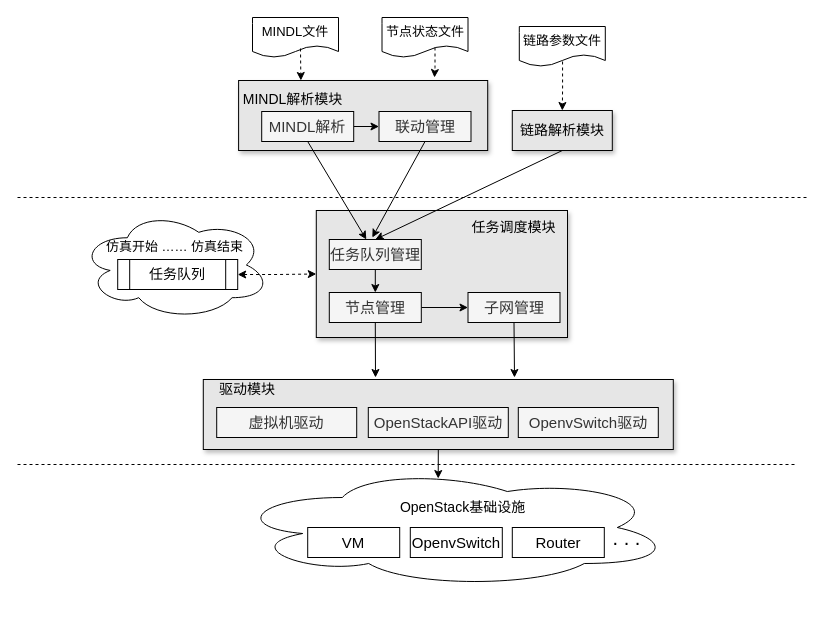
Above: page "renew2_原型系统架构" (5 of 5) of 网络仿真系统.drawio in Icarus1994/neutron_conf (draw.io), before the change. Source tidied: cells renumbered, new cells numbered last; positions are measured from the earlier drawing's top-left corner, leaving out a move shared by most shapes. Both pictures are drawn from the tidied source at 100%, with x=0, y=0 at pixel (17, 17).
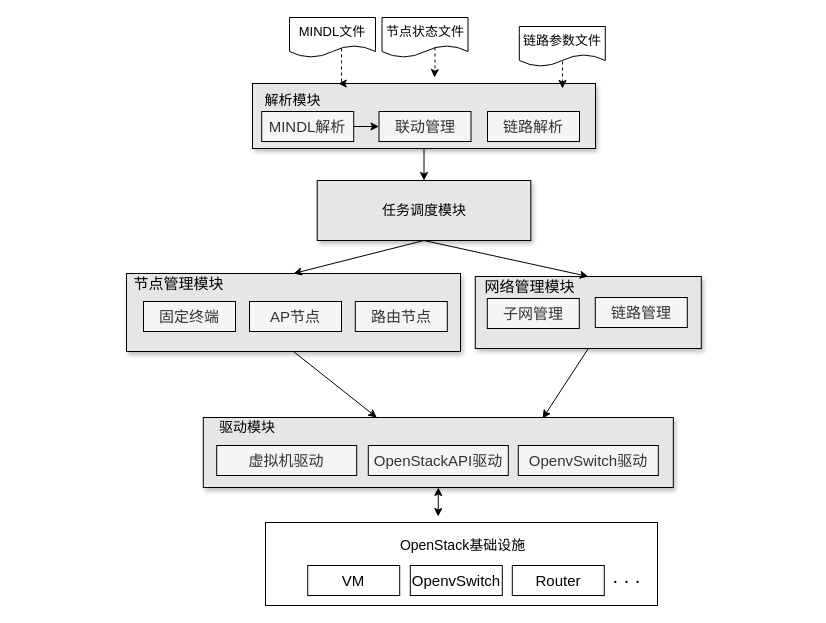
After the change.

Commit message:
Update 网络仿真系统.drawio

The change refers to these unchanged cells:
```xml
<mxCell id="4" value="链路参数文件" style="shape=document;whiteSpace=wrap;html=1;boundedLbl=1;fontSize=13;" parent="1" vertex="1">
  <mxGeometry x="501.8" y="9" width="86" height="40" as="geometry" />
</mxCell>
<mxCell id="34" value="&lt;span style=&quot;font-size: 15px&quot;&gt;MINDL解析&lt;/span&gt;" style="rounded=0;whiteSpace=wrap;html=1;fillColor=#f5f5f5;strokeColor=#000000;fontColor=#333333;" parent="1" vertex="1">
  <mxGeometry x="244.2" y="94" width="92" height="30" as="geometry" />
</mxCell>
<mxCell id="36" value="&lt;span style=&quot;font-size: 15px&quot;&gt;联动管理&lt;/span&gt;" style="rounded=0;whiteSpace=wrap;html=1;fillColor=#f5f5f5;strokeColor=#000000;fontColor=#333333;" parent="1" vertex="1">
  <mxGeometry x="361.5" y="94" width="92" height="30" as="geometry" />
</mxCell>
```

Diff of the diagram source:
```diff
@@
-    <mxCell id="2" style="ellipse;shape=cloud;whiteSpace=wrap;html=1;" parent="1" vertex="1">
-      <mxGeometry x="62.2" y="193" width="190.5" height="109" as="geometry" />
-    </mxCell>
-    <mxCell id="3" style="edgeStyle=orthogonalEdgeStyle;rounded=0;jettySize=auto;html=1;exitX=0.503;exitY=0.875;exitDx=0;exitDy=0;dashed=1;exitPerimeter=0;" parent="1" edge="1" source="4" target="23">
-      <mxGeometry relative="1" as="geometry" />
-    </mxCell>
+    <mxCell id="44" style="rounded=0;whiteSpace=wrap;html=1;" parent="1" vertex="1">
+      <mxGeometry x="248" y="505" width="392" height="83" as="geometry" />
+    </mxCell>
+    <mxCell id="45" style="rounded=0;whiteSpace=wrap;html=1;fillColor=#E6E6E6;shadow=1;" parent="1" vertex="1">
+      <mxGeometry x="457.8" y="259" width="226" height="72" as="geometry" />
+    </mxCell>
@@
     <mxCell id="5" value="&lt;font style=&quot;font-size: 13px;&quot;&gt;MINDL文件&lt;/font&gt;" style="shape=document;whiteSpace=wrap;html=1;boundedLbl=1;fontSize=13;" parent="1" vertex="1">
-      <mxGeometry x="235" width="86" height="40" as="geometry" />
+      <mxGeometry x="272" width="86" height="40" as="geometry" />
     </mxCell>
-    <mxCell id="6" style="rounded=0;whiteSpace=wrap;html=1;fontSize=14;fillColor=#E6E6E6;shadow=1;" parent="1" vertex="1">
-      <mxGeometry x="298.8" y="193" width="251.2" height="127" as="geometry" />
-    </mxCell>
-    <mxCell id="7" style="edgeStyle=orthogonalEdgeStyle;rounded=0;jettySize=auto;html=1;exitX=0.5;exitY=1;exitDx=0;exitDy=0;entryX=0.468;entryY=0.092;entryDx=0;entryDy=0;entryPerimeter=0;endArrow=classic;endFill=1;fontSize=14;" parent="1" edge="1" source="8" target="13">
-      <mxGeometry relative="1" as="geometry" />
+    <mxCell id="7" style="edgeStyle=orthogonalEdgeStyle;rounded=0;jettySize=auto;html=1;exitX=0.5;exitY=1;exitDx=0;exitDy=0;entryX=0.468;entryY=0.092;entryDx=0;entryDy=0;entryPerimeter=0;endArrow=classic;endFill=1;fontSize=14;startArrow=classic;startFill=1;" parent="1" edge="1" source="8">
+      <mxGeometry relative="1" as="geometry">
+        <mxPoint x="420.7" y="499" as="targetPoint" />
+      </mxGeometry>
     </mxCell>
     <mxCell id="8" style="rounded=0;whiteSpace=wrap;html=1;fillColor=#E6E6E6;shadow=1;" parent="1" vertex="1">
-      <mxGeometry x="185.8" y="362" width="470" height="70" as="geometry" />
+      <mxGeometry x="185.8" y="400" width="470" height="70" as="geometry" />
     </mxCell>
     <mxCell id="9" value="&lt;span style=&quot;font-size: 15px&quot;&gt;虚拟机驱动&lt;/span&gt;" style="rounded=0;whiteSpace=wrap;html=1;fillColor=#f5f5f5;strokeColor=#000000;fontColor=#333333;" parent="1" vertex="1">
-      <mxGeometry x="199.2" y="390" width="140" height="30" as="geometry" />
+      <mxGeometry x="199.2" y="428" width="140" height="30" as="geometry" />
     </mxCell>
     <mxCell id="10" value="&lt;span style=&quot;font-size: 15px&quot;&gt;OpenStackAPI驱动&lt;/span&gt;" style="rounded=0;whiteSpace=wrap;html=1;fillColor=#f5f5f5;strokeColor=#000000;fontColor=#333333;" parent="1" vertex="1">
-      <mxGeometry x="350.8" y="390" width="140" height="30" as="geometry" />
+      <mxGeometry x="350.8" y="428" width="140" height="30" as="geometry" />
     </mxCell>
     <mxCell id="11" value="&lt;span style=&quot;font-size: 15px&quot;&gt;OpenvSwitch驱动&lt;br&gt;&lt;/span&gt;" style="rounded=0;whiteSpace=wrap;html=1;fillColor=#f5f5f5;strokeColor=#000000;fontColor=#333333;" parent="1" vertex="1">
-      <mxGeometry x="500.8" y="390" width="140" height="30" as="geometry" />
+      <mxGeometry x="500.8" y="428" width="140" height="30" as="geometry" />
     </mxCell>
     <mxCell id="12" value="&lt;font style=&quot;font-size: 14px&quot;&gt;驱动模块&lt;/font&gt;" style="text;html=1;strokeColor=none;fillColor=none;align=center;verticalAlign=middle;whiteSpace=wrap;rounded=0;" parent="1" vertex="1">
-      <mxGeometry x="184.8" y="362" width="90" height="20" as="geometry" />
+      <mxGeometry x="184.8" y="400" width="90" height="20" as="geometry" />
     </mxCell>
-    <mxCell id="13" style="ellipse;shape=cloud;whiteSpace=wrap;html=1;fontSize=14;" parent="1" vertex="1">
-      <mxGeometry x="214.8" y="450" width="440" height="120" as="geometry" />
-    </mxCell>
     <mxCell id="14" value="OpenStack基础设施" style="text;html=1;align=center;verticalAlign=middle;fontSize=14;" parent="1" vertex="1">
-      <mxGeometry x="374.8" y="480" width="140" height="20" as="geometry" />
+      <mxGeometry x="374.8" y="518" width="140" height="20" as="geometry" />
     </mxCell>
     <mxCell id="15" value="&lt;span style=&quot;font-size: 15px&quot;&gt;VM&lt;/span&gt;" style="rounded=0;whiteSpace=wrap;html=1;" parent="1" vertex="1">
-      <mxGeometry x="290.2" y="510" width="92" height="30" as="geometry" />
+      <mxGeometry x="290.2" y="548" width="92" height="30" as="geometry" />
     </mxCell>
     <mxCell id="16" value="&lt;span style=&quot;font-size: 15px&quot;&gt;OpenvSwitch&lt;/span&gt;" style="rounded=0;whiteSpace=wrap;html=1;" parent="1" vertex="1">
-      <mxGeometry x="392.8" y="510" width="92" height="30" as="geometry" />
+      <mxGeometry x="392.8" y="548" width="92" height="30" as="geometry" />
     </mxCell>
     <mxCell id="17" value="&lt;span style=&quot;font-size: 15px&quot;&gt;Router&lt;/span&gt;" style="rounded=0;whiteSpace=wrap;html=1;" parent="1" vertex="1">
-      <mxGeometry x="494.8" y="510" width="92" height="30" as="geometry" />
+      <mxGeometry x="494.8" y="548" width="92" height="30" as="geometry" />
     </mxCell>
     <mxCell id="18" value="&lt;font style=&quot;font-size: 20px&quot;&gt;. . .&lt;/font&gt;" style="text;html=1;align=center;verticalAlign=middle;fontSize=14;" parent="1" vertex="1">
-      <mxGeometry x="588.8" y="510" width="40" height="20" as="geometry" />
+      <mxGeometry x="588.8" y="548" width="40" height="20" as="geometry" />
     </mxCell>
@@
-    <mxCell id="20" style="endArrow=none;dashed=1;html=1;fontSize=13;" parent="1" edge="1">
-      <mxGeometry relative="1" as="geometry">
-        <mxPoint y="180" as="sourcePoint" />
-        <mxPoint x="790" y="180" as="targetPoint" />
-      </mxGeometry>
-    </mxCell>
-    <mxCell id="21" style="endArrow=none;dashed=1;html=1;fontSize=13;" parent="1" edge="1">
-      <mxGeometry relative="1" as="geometry">
-        <mxPoint y="447" as="sourcePoint" />
-        <mxPoint x="780" y="447" as="targetPoint" />
-      </mxGeometry>
-    </mxCell>
-    <mxCell id="22" style="rounded=0;jettySize=auto;html=1;exitX=0.5;exitY=1;exitDx=0;exitDy=0;entryX=0.5;entryY=0;entryDx=0;entryDy=0;" parent="1" edge="1" source="23" target="26">
-      <mxGeometry relative="1" as="geometry" />
-    </mxCell>
-    <mxCell id="23" value="链路解析模块" style="rounded=0;whiteSpace=wrap;html=1;fontSize=14;fillColor=#E6E6E6;gradientColor=none;shadow=1;" parent="1" vertex="1">
-      <mxGeometry x="494.8" y="93" width="100" height="40" as="geometry" />
-    </mxCell>
-    <mxCell id="24" style="edgeStyle=none;rounded=0;jettySize=auto;html=1;exitX=1;exitY=0.5;exitDx=0;exitDy=0;" parent="1" edge="1" source="40" target="39">
-      <mxGeometry relative="1" as="geometry" />
-    </mxCell>
-    <mxCell id="25" style="edgeStyle=none;rounded=0;jettySize=auto;html=1;exitX=0.5;exitY=1;exitDx=0;exitDy=0;entryX=0.5;entryY=0;entryDx=0;entryDy=0;" parent="1" edge="1" source="26" target="40">
-      <mxGeometry relative="1" as="geometry" />
-    </mxCell>
-    <mxCell id="26" value="&lt;span style=&quot;font-size: 15px&quot;&gt;任务队列管理&lt;/span&gt;" style="rounded=0;whiteSpace=wrap;html=1;fillColor=#f5f5f5;strokeColor=#000000;fontColor=#333333;" parent="1" vertex="1">
-      <mxGeometry x="311.8" y="222" width="92" height="30" as="geometry" />
-    </mxCell>
-    <mxCell id="27" style="edgeStyle=orthogonalEdgeStyle;rounded=0;jettySize=auto;html=1;exitX=1;exitY=0.5;exitDx=0;exitDy=0;entryX=0;entryY=0.5;entryDx=0;entryDy=0;dashed=1;startArrow=classic;startFill=1;" parent="1" edge="1" source="28" target="6">
-      <mxGeometry relative="1" as="geometry" />
-    </mxCell>
-    <mxCell id="28" value="&lt;font style=&quot;font-size: 14px&quot;&gt;任务队列&lt;/font&gt;" style="shape=process;whiteSpace=wrap;html=1;backgroundOutline=1;" parent="1" vertex="1">
-      <mxGeometry x="100.2" y="242" width="120" height="30" as="geometry" />
-    </mxCell>
-    <mxCell id="29" value="&lt;font style=&quot;font-size: 14px&quot;&gt;任务调度模块&lt;/font&gt;" style="text;html=1;align=center;verticalAlign=middle;points=[];" parent="1" vertex="1">
-      <mxGeometry x="448.5" y="200" width="94" height="19" as="geometry" />
-    </mxCell>
-    <mxCell id="30" value="&lt;font style=&quot;font-size: 13px&quot;&gt;仿真开始 …… 仿真结束&lt;/font&gt;" style="text;html=1;strokeColor=none;fillColor=none;align=center;verticalAlign=middle;whiteSpace=wrap;rounded=0;" parent="1" vertex="1">
-      <mxGeometry x="80" y="219" width="155" height="20" as="geometry" />
-    </mxCell>
+    <mxCell id="46" style="edgeStyle=none;rounded=0;jettySize=auto;html=1;exitX=0.5;exitY=1;exitDx=0;exitDy=0;entryX=0.5;entryY=0;entryDx=0;entryDy=0;" parent="1" edge="1" source="31" target="29">
+      <mxGeometry relative="1" as="geometry" />
+    </mxCell>
     <mxCell id="31" style="rounded=0;whiteSpace=wrap;html=1;fontSize=14;fillColor=#E6E6E6;shadow=1;" parent="1" vertex="1">
-      <mxGeometry x="221.1" y="63" width="249.1" height="70" as="geometry" />
+      <mxGeometry x="235" y="66" width="343" height="65" as="geometry" />
     </mxCell>
@@
-    <mxCell id="33" style="rounded=0;jettySize=auto;html=1;exitX=0.5;exitY=1;exitDx=0;exitDy=0;" parent="1" edge="1" source="34" target="26">
-      <mxGeometry relative="1" as="geometry" />
-    </mxCell>
@@
-    <mxCell id="35" style="rounded=0;jettySize=auto;html=1;exitX=0.5;exitY=1;exitDx=0;exitDy=0;" parent="1" edge="1" source="36">
-      <mxGeometry relative="1" as="geometry">
-        <mxPoint x="354.8" y="220" as="targetPoint" />
-      </mxGeometry>
-    </mxCell>
@@
-    <mxCell id="37" value="&lt;span style=&quot;font-size: 14px&quot;&gt;MINDL解析模块&lt;/span&gt;" style="text;html=1;align=center;verticalAlign=middle;" parent="1" vertex="1">
-      <mxGeometry x="215.2" y="72" width="120" height="20" as="geometry" />
+    <mxCell id="37" value="&lt;span style=&quot;font-size: 14px&quot;&gt;解析模块&lt;/span&gt;" style="text;html=1;align=center;verticalAlign=middle;" parent="1" vertex="1">
+      <mxGeometry x="242.2" y="73" width="66" height="19" as="geometry" />
     </mxCell>
-    <mxCell id="38" style="edgeStyle=none;rounded=0;jettySize=auto;html=1;exitX=0.5;exitY=1;exitDx=0;exitDy=0;" parent="1" edge="1" source="39">
-      <mxGeometry relative="1" as="geometry">
-        <mxPoint x="497" y="360" as="targetPoint" />
-      </mxGeometry>
+    <mxCell id="38" style="edgeStyle=none;rounded=0;jettySize=auto;html=1;entryX=0.722;entryY=0.014;entryDx=0;entryDy=0;entryPerimeter=0;exitX=0.5;exitY=1;exitDx=0;exitDy=0;" parent="1" edge="1" source="45" target="8">
+      <mxGeometry relative="1" as="geometry" />
     </mxCell>
-    <mxCell id="39" value="&lt;span style=&quot;font-size: 15px&quot;&gt;子网管理&lt;/span&gt;" style="rounded=0;whiteSpace=wrap;html=1;fillColor=#f5f5f5;strokeColor=#000000;fontColor=#333333;" parent="1" vertex="1">
-      <mxGeometry x="450.5" y="275" width="92" height="30" as="geometry" />
-    </mxCell>
-    <mxCell id="40" value="&lt;span style=&quot;font-size: 15px&quot;&gt;节点管理&lt;/span&gt;" style="rounded=0;whiteSpace=wrap;html=1;fillColor=#f5f5f5;strokeColor=#000000;fontColor=#333333;" parent="1" vertex="1">
-      <mxGeometry x="311.8" y="275" width="92" height="30" as="geometry" />
-    </mxCell>
-    <mxCell id="41" style="edgeStyle=none;rounded=0;jettySize=auto;html=1;exitX=0.5;exitY=1;exitDx=0;exitDy=0;" parent="1" edge="1" source="40">
-      <mxGeometry relative="1" as="geometry">
-        <mxPoint x="358" y="360" as="targetPoint" />
-      </mxGeometry>
+    <mxCell id="41" style="edgeStyle=none;rounded=0;jettySize=auto;html=1;exitX=0.5;exitY=1;exitDx=0;exitDy=0;entryX=0.369;entryY=0;entryDx=0;entryDy=0;entryPerimeter=0;" parent="1" edge="1" source="47" target="8">
+      <mxGeometry relative="1" as="geometry" />
     </mxCell>
@@
     <mxCell id="43" style="edgeStyle=orthogonalEdgeStyle;rounded=0;jettySize=auto;html=1;dashed=1;entryX=0.25;entryY=0;entryDx=0;entryDy=0;" parent="1" edge="1" target="31">
       <mxGeometry relative="1" as="geometry">
-        <mxPoint x="283" y="31" as="sourcePoint" />
+        <mxPoint x="324" y="31" as="sourcePoint" />
         <Array as="points">
-          <mxPoint x="283" y="31" />
+          <mxPoint x="324" y="45" />
+          <mxPoint x="324" y="45" />
         </Array>
       </mxGeometry>
     </mxCell>
+    <mxCell id="47" style="rounded=0;whiteSpace=wrap;html=1;fillColor=#E6E6E6;shadow=1;" parent="1" vertex="1">
+      <mxGeometry x="109" y="256" width="334" height="78" as="geometry" />
+    </mxCell>
+    <mxCell id="39" value="&lt;span style=&quot;font-size: 15px&quot;&gt;子网管理&lt;/span&gt;" style="rounded=0;whiteSpace=wrap;html=1;fillColor=#f5f5f5;strokeColor=#000000;fontColor=#333333;" parent="1" vertex="1">
+      <mxGeometry x="469.8" y="281" width="92" height="30" as="geometry" />
+    </mxCell>
+    <mxCell id="40" value="&lt;span style=&quot;font-size: 15px&quot;&gt;路由节点&lt;/span&gt;" style="rounded=0;whiteSpace=wrap;html=1;fillColor=#f5f5f5;strokeColor=#000000;fontColor=#333333;" parent="1" vertex="1">
+      <mxGeometry x="337.8" y="284" width="92" height="30" as="geometry" />
+    </mxCell>
+    <mxCell id="25" style="edgeStyle=none;rounded=0;jettySize=auto;html=1;exitX=0.5;exitY=1;exitDx=0;exitDy=0;entryX=0.5;entryY=0;entryDx=0;entryDy=0;" parent="1" edge="1" source="29" target="47">
+      <mxGeometry relative="1" as="geometry" />
+    </mxCell>
+    <mxCell id="48" value="&lt;span style=&quot;font-size: 15px&quot;&gt;AP节点&lt;/span&gt;" style="rounded=0;whiteSpace=wrap;html=1;fillColor=#f5f5f5;strokeColor=#000000;fontColor=#333333;" parent="1" vertex="1">
+      <mxGeometry x="232" y="284" width="92" height="30" as="geometry" />
+    </mxCell>
+    <mxCell id="49" value="&lt;span style=&quot;font-size: 15px&quot;&gt;固定终端&lt;/span&gt;" style="rounded=0;whiteSpace=wrap;html=1;fillColor=#f5f5f5;strokeColor=#000000;fontColor=#333333;" parent="1" vertex="1">
+      <mxGeometry x="126" y="284" width="92" height="30" as="geometry" />
+    </mxCell>
+    <mxCell id="50" value="&lt;font style=&quot;font-size: 15px&quot;&gt;节点管理模块&lt;/font&gt;" style="text;html=1;align=center;verticalAlign=middle;" parent="1" vertex="1">
+      <mxGeometry x="110.8" y="256" width="100" height="19" as="geometry" />
+    </mxCell>
+    <mxCell id="51" style="edgeStyle=none;rounded=0;jettySize=auto;html=1;exitX=0.5;exitY=1;exitDx=0;exitDy=0;entryX=0.5;entryY=0;entryDx=0;entryDy=0;" parent="1" edge="1" source="29" target="45">
+      <mxGeometry relative="1" as="geometry" />
+    </mxCell>
+    <mxCell id="3" style="edgeStyle=orthogonalEdgeStyle;rounded=0;jettySize=auto;html=1;exitX=0.503;exitY=0.875;exitDx=0;exitDy=0;dashed=1;exitPerimeter=0;" parent="1" edge="1" source="4">
+      <mxGeometry relative="1" as="geometry">
+        <mxPoint x="545" y="71" as="targetPoint" />
+      </mxGeometry>
+    </mxCell>
+    <mxCell id="52" value="&lt;font style=&quot;font-size: 15px&quot;&gt;网络管理模块&lt;/font&gt;" style="text;html=1;align=center;verticalAlign=middle;" parent="1" vertex="1">
+      <mxGeometry x="461.8" y="259" width="100" height="19" as="geometry" />
+    </mxCell>
+    <mxCell id="53" value="&lt;span style=&quot;font-size: 15px&quot;&gt;链路解析&lt;/span&gt;" style="rounded=0;whiteSpace=wrap;html=1;fillColor=#f5f5f5;strokeColor=#000000;fontColor=#333333;" parent="1" vertex="1">
+      <mxGeometry x="470" y="94" width="92" height="30" as="geometry" />
+    </mxCell>
+    <mxCell id="29" value="任务调度模块" style="rounded=0;whiteSpace=wrap;html=1;fontSize=14;fillColor=#E6E6E6;shadow=1;" parent="1" vertex="1">
+      <mxGeometry x="299.7" y="163" width="213.6" height="60" as="geometry" />
+    </mxCell>
+    <mxCell id="54" value="&lt;span style=&quot;font-size: 15px&quot;&gt;链路管理&lt;/span&gt;" style="rounded=0;whiteSpace=wrap;html=1;fillColor=#f5f5f5;strokeColor=#000000;fontColor=#333333;" parent="1" vertex="1">
+      <mxGeometry x="577.8" y="280" width="92" height="30" as="geometry" />
+    </mxCell>
```
